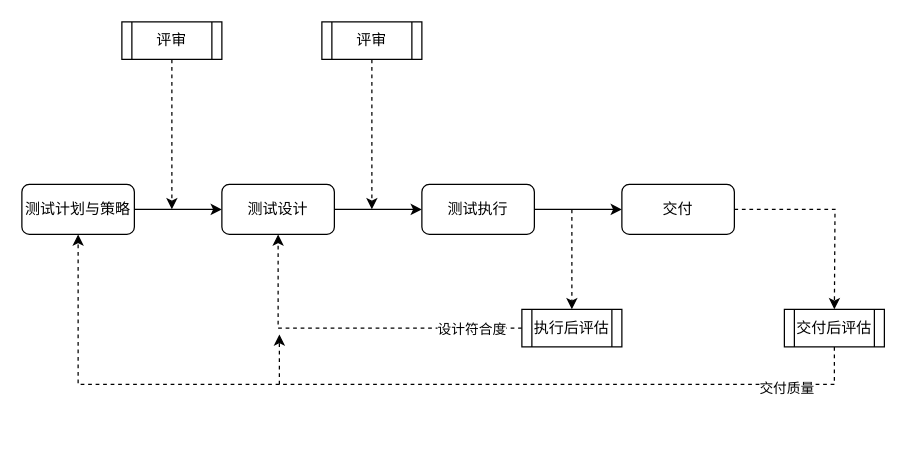
This is Untitled Diagram.drawio from wa4paluof/iview-tree-drag, a draw.io file, before an edit. Source tidied: cells renumbered, new cells numbered last; positions are measured from the earlier drawing's top-left corner, leaving out a move shared by most shapes. Both pictures are drawn from the tidied source at 125%, with x=0, y=0 at pixel (21, 21).
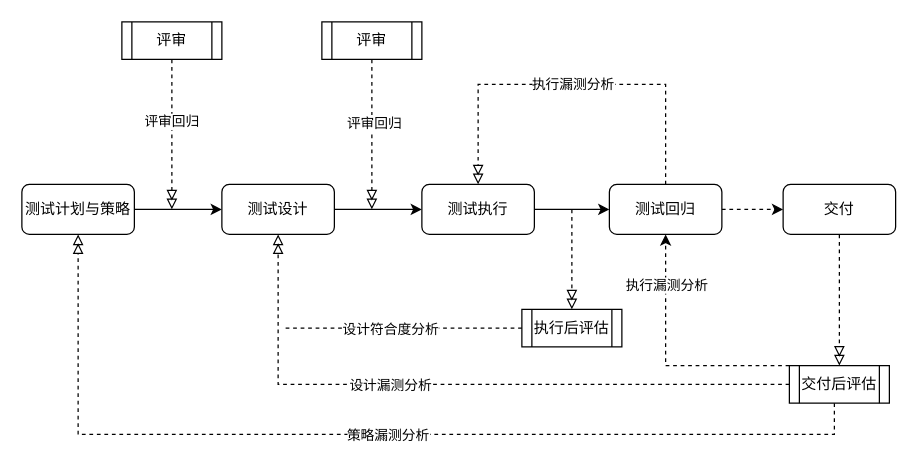
After the change.

The change refers to these unchanged cells:
```xml
<mxCell id="3" value="测试计划与策略" style="rounded=1;whiteSpace=wrap;html=1;fontSize=12;glass=0;strokeWidth=1;shadow=0;" parent="1" vertex="1">
  <mxGeometry y="130" width="90" height="40" as="geometry" />
</mxCell>
<mxCell id="5" value="测试设计" style="rounded=1;whiteSpace=wrap;html=1;fontSize=12;glass=0;strokeWidth=1;shadow=0;" parent="1" vertex="1">
  <mxGeometry x="160" y="130" width="90" height="40" as="geometry" />
</mxCell>
<mxCell id="7" value="测试执行" style="rounded=1;whiteSpace=wrap;html=1;fontSize=12;glass=0;strokeWidth=1;shadow=0;" parent="1" vertex="1">
  <mxGeometry x="320" y="130" width="90" height="40" as="geometry" />
</mxCell>
<mxCell id="11" value="评审" style="shape=process;whiteSpace=wrap;html=1;backgroundOutline=1;" parent="1" vertex="1">
  <mxGeometry x="80" width="80" height="30" as="geometry" />
</mxCell>
<mxCell id="13" value="评审" style="shape=process;whiteSpace=wrap;html=1;backgroundOutline=1;" parent="1" vertex="1">
  <mxGeometry x="240" width="80" height="30" as="geometry" />
</mxCell>
<mxCell id="17" value="执行后评估" style="shape=process;whiteSpace=wrap;html=1;backgroundOutline=1;" parent="1" vertex="1">
  <mxGeometry x="400" y="230" width="80" height="30" as="geometry" />
</mxCell>
```

Diff of the diagram source:
```diff
@@
-    <mxCell id="6" style="edgeStyle=orthogonalEdgeStyle;rounded=0;jettySize=auto;html=1;exitX=1;exitY=0.5;exitDx=0;exitDy=0;" parent="1" edge="1" source="7" target="9">
+    <mxCell id="6" style="edgeStyle=orthogonalEdgeStyle;rounded=0;jettySize=auto;html=1;exitX=1;exitY=0.5;exitDx=0;exitDy=0;entryX=0;entryY=0.5;entryDx=0;entryDy=0;" parent="1" edge="1" source="7" target="32">
       <mxGeometry relative="1" as="geometry" />
     </mxCell>
@@
-    <mxCell id="8" style="edgeStyle=orthogonalEdgeStyle;rounded=0;jettySize=auto;html=1;dashed=1;endArrow=classic;endFill=1;" parent="1" edge="1" source="9">
-      <mxGeometry relative="1" as="geometry">
-        <mxPoint x="650" y="230" as="targetPoint" />
-      </mxGeometry>
+    <mxCell id="8" style="edgeStyle=orthogonalEdgeStyle;rounded=0;jettySize=auto;html=1;dashed=1;endArrow=doubleBlock;endFill=0;entryX=0.5;entryY=0;entryDx=0;entryDy=0;" parent="1" edge="1" source="9" target="20">
+      <mxGeometry relative="1" as="geometry" />
     </mxCell>
     <mxCell id="9" value="交付" style="rounded=1;whiteSpace=wrap;html=1;fontSize=12;glass=0;strokeWidth=1;shadow=0;" parent="1" vertex="1">
-      <mxGeometry x="480" y="130" width="90" height="40" as="geometry" />
+      <mxGeometry x="609" y="130" width="90" height="40" as="geometry" />
     </mxCell>
-    <mxCell id="10" style="edgeStyle=orthogonalEdgeStyle;rounded=0;jettySize=auto;html=1;dashed=1;" parent="1" edge="1" source="11">
+    <mxCell id="10" style="edgeStyle=orthogonalEdgeStyle;rounded=0;jettySize=auto;html=1;dashed=1;endArrow=doubleBlock;endFill=0;" parent="1" edge="1" source="11">
       <mxGeometry relative="1" as="geometry">
         <mxPoint x="120" y="150" as="targetPoint" />
       </mxGeometry>
     </mxCell>
+    <mxCell id="22" value="评审回归" style="edgeLabel;html=1;align=center;verticalAlign=middle;fontSize=11;" parent="10" vertex="1">
+      <mxGeometry x="-0.18" y="-1" relative="1" as="geometry" />
+    </mxCell>
@@
-    <mxCell id="12" style="edgeStyle=orthogonalEdgeStyle;rounded=0;jettySize=auto;html=1;dashed=1;" parent="1" edge="1" source="13">
+    <mxCell id="12" style="edgeStyle=orthogonalEdgeStyle;rounded=0;jettySize=auto;html=1;dashed=1;endArrow=doubleBlock;endFill=0;" parent="1" edge="1" source="13">
       <mxGeometry relative="1" as="geometry">
         <mxPoint x="280" y="150" as="targetPoint" />
       </mxGeometry>
     </mxCell>
+    <mxCell id="23" value="评审回归" style="edgeLabel;html=1;align=center;verticalAlign=middle;fontSize=11;" parent="12" vertex="1">
+      <mxGeometry x="-0.23" y="1" relative="1" as="geometry">
+        <mxPoint y="4" as="offset" />
+      </mxGeometry>
+    </mxCell>
@@
-    <mxCell id="14" style="endArrow=classic;html=1;rounded=0;dashed=1;" parent="1" edge="1">
+    <mxCell id="14" style="endArrow=doubleBlock;html=1;rounded=0;dashed=1;endFill=0;" parent="1" edge="1">
       <mxGeometry relative="1" as="geometry">
         <mxPoint x="440" y="150" as="sourcePoint" />
         <mxPoint x="440" y="230" as="targetPoint" />
       </mxGeometry>
     </mxCell>
-    <mxCell id="15" style="edgeStyle=orthogonalEdgeStyle;rounded=0;jettySize=auto;html=1;entryX=0.5;entryY=1;entryDx=0;entryDy=0;dashed=1;" parent="1" edge="1" source="17" target="5">
-      <mxGeometry relative="1" as="geometry" />
-    </mxCell>
-    <mxCell id="16" value="设计符合度" style="edgeLabel;html=1;align=center;verticalAlign=middle;" parent="15" vertex="1">
-      <mxGeometry x="-0.81" y="1" relative="1" as="geometry">
-        <mxPoint x="-15" y="-1" as="offset" />
-      </mxGeometry>
-    </mxCell>
@@
-    <mxCell id="18" style="edgeStyle=orthogonalEdgeStyle;rounded=0;jettySize=auto;html=1;dashed=1;endArrow=classic;endFill=1;entryX=0.5;entryY=1;entryDx=0;entryDy=0;" parent="1" edge="1" source="20" target="3">
+    <mxCell id="18" style="edgeStyle=orthogonalEdgeStyle;rounded=0;jettySize=auto;html=1;dashed=1;endArrow=doubleBlock;endFill=0;entryX=0.5;entryY=1;entryDx=0;entryDy=0;" parent="1" edge="1" source="20" target="3">
       <mxGeometry relative="1" as="geometry">
         <Array as="points">
-          <mxPoint x="650" y="290" />
-          <mxPoint x="45" y="290" />
+          <mxPoint x="650" y="330" />
+          <mxPoint x="45" y="330" />
         </Array>
       </mxGeometry>
     </mxCell>
-    <mxCell id="19" value="交付质量" style="edgeLabel;html=1;align=center;verticalAlign=middle;" parent="18" vertex="1">
-      <mxGeometry x="-0.84" y="2" relative="1" as="geometry">
-        <mxPoint x="-9" as="offset" />
-      </mxGeometry>
-    </mxCell>
+    <mxCell id="24" value="策略漏测分析" style="edgeLabel;html=1;align=center;verticalAlign=middle;fontSize=11;" parent="18" vertex="1">
+      <mxGeometry x="-0.02" y="1" relative="1" as="geometry">
+        <mxPoint x="4" y="-1" as="offset" />
+      </mxGeometry>
+    </mxCell>
+    <mxCell id="25" style="edgeStyle=orthogonalEdgeStyle;rounded=0;jettySize=auto;html=1;dashed=1;fontSize=11;endArrow=doubleBlock;endFill=0;entryX=0.5;entryY=1;entryDx=0;entryDy=0;" parent="1" edge="1" source="20" target="5">
+      <mxGeometry relative="1" as="geometry" />
+    </mxCell>
+    <mxCell id="26" value="设计漏测分析" style="edgeLabel;html=1;align=center;verticalAlign=middle;fontSize=11;" parent="25" vertex="1">
+      <mxGeometry x="0.21" y="3" relative="1" as="geometry">
+        <mxPoint y="-3" as="offset" />
+      </mxGeometry>
+    </mxCell>
+    <mxCell id="27" style="edgeStyle=orthogonalEdgeStyle;rounded=0;jettySize=auto;html=1;exitX=0;exitY=0;exitDx=0;exitDy=0;entryX=0.5;entryY=1;entryDx=0;entryDy=0;dashed=1;fontSize=11;endArrow=classic;endFill=1;" parent="1" edge="1" source="20" target="32">
+      <mxGeometry relative="1" as="geometry">
+        <Array as="points">
+          <mxPoint x="515" y="275" />
+        </Array>
+      </mxGeometry>
+    </mxCell>
+    <mxCell id="28" value="执行漏测分析" style="edgeLabel;html=1;align=center;verticalAlign=middle;fontSize=11;" parent="27" vertex="1">
+      <mxGeometry x="-0.34" y="-1" relative="1" as="geometry">
+        <mxPoint x="-32" y="-64" as="offset" />
+      </mxGeometry>
+    </mxCell>
     <mxCell id="20" value="交付后评估" style="shape=process;whiteSpace=wrap;html=1;backgroundOutline=1;" parent="1" vertex="1">
-      <mxGeometry x="610" y="230" width="80" height="30" as="geometry" />
+      <mxGeometry x="614" y="275" width="80" height="30" as="geometry" />
     </mxCell>
-    <mxCell id="21" style="endArrow=classic;html=1;rounded=0;dashed=1;" parent="1" edge="1">
-      <mxGeometry relative="1" as="geometry">
-        <mxPoint x="206" y="290" as="sourcePoint" />
-        <mxPoint x="206" y="250" as="targetPoint" />
-      </mxGeometry>
-    </mxCell>
+    <mxCell id="29" style="endArrow=none;html=1;rounded=0;dashed=1;fontSize=11;exitX=0;exitY=0.5;exitDx=0;exitDy=0;" parent="1" edge="1" source="17">
+      <mxGeometry relative="1" as="geometry">
+        <mxPoint x="210" y="245" as="targetPoint" />
+      </mxGeometry>
+    </mxCell>
+    <mxCell id="30" value="设计符合度分析" style="edgeLabel;html=1;align=center;verticalAlign=middle;fontSize=11;" parent="29" vertex="1">
+      <mxGeometry x="0.24" y="3" relative="1" as="geometry">
+        <mxPoint x="12" y="-3" as="offset" />
+      </mxGeometry>
+    </mxCell>
+    <mxCell id="31" style="edgeStyle=orthogonalEdgeStyle;rounded=0;jettySize=auto;html=1;entryX=0;entryY=0.5;entryDx=0;entryDy=0;dashed=1;fontSize=11;endArrow=classic;endFill=1;" parent="1" edge="1" source="32" target="9">
+      <mxGeometry relative="1" as="geometry" />
+    </mxCell>
+    <mxCell id="32" value="测试回归" style="rounded=1;whiteSpace=wrap;html=1;fontSize=12;glass=0;strokeWidth=1;shadow=0;" parent="1" vertex="1">
+      <mxGeometry x="470" y="130" width="90" height="40" as="geometry" />
+    </mxCell>
+    <mxCell id="33" style="endArrow=doubleBlock;html=1;rounded=0;dashed=1;endFill=0;exitX=0.5;exitY=0;exitDx=0;exitDy=0;entryX=0.5;entryY=0;entryDx=0;entryDy=0;" parent="1" edge="1" source="32" target="7">
+      <mxGeometry relative="1" as="geometry">
+        <Array as="points">
+          <mxPoint x="515" y="50" />
+          <mxPoint x="440" y="50" />
+          <mxPoint x="365" y="50" />
+        </Array>
+      </mxGeometry>
+    </mxCell>
+    <mxCell id="34" value="执行漏测分析" style="edgeLabel;html=1;align=center;verticalAlign=middle;fontSize=11;" parent="33" vertex="1">
+      <mxGeometry x="0.08" y="-1" relative="1" as="geometry">
+        <mxPoint x="12" as="offset" />
+      </mxGeometry>
+    </mxCell>
```
